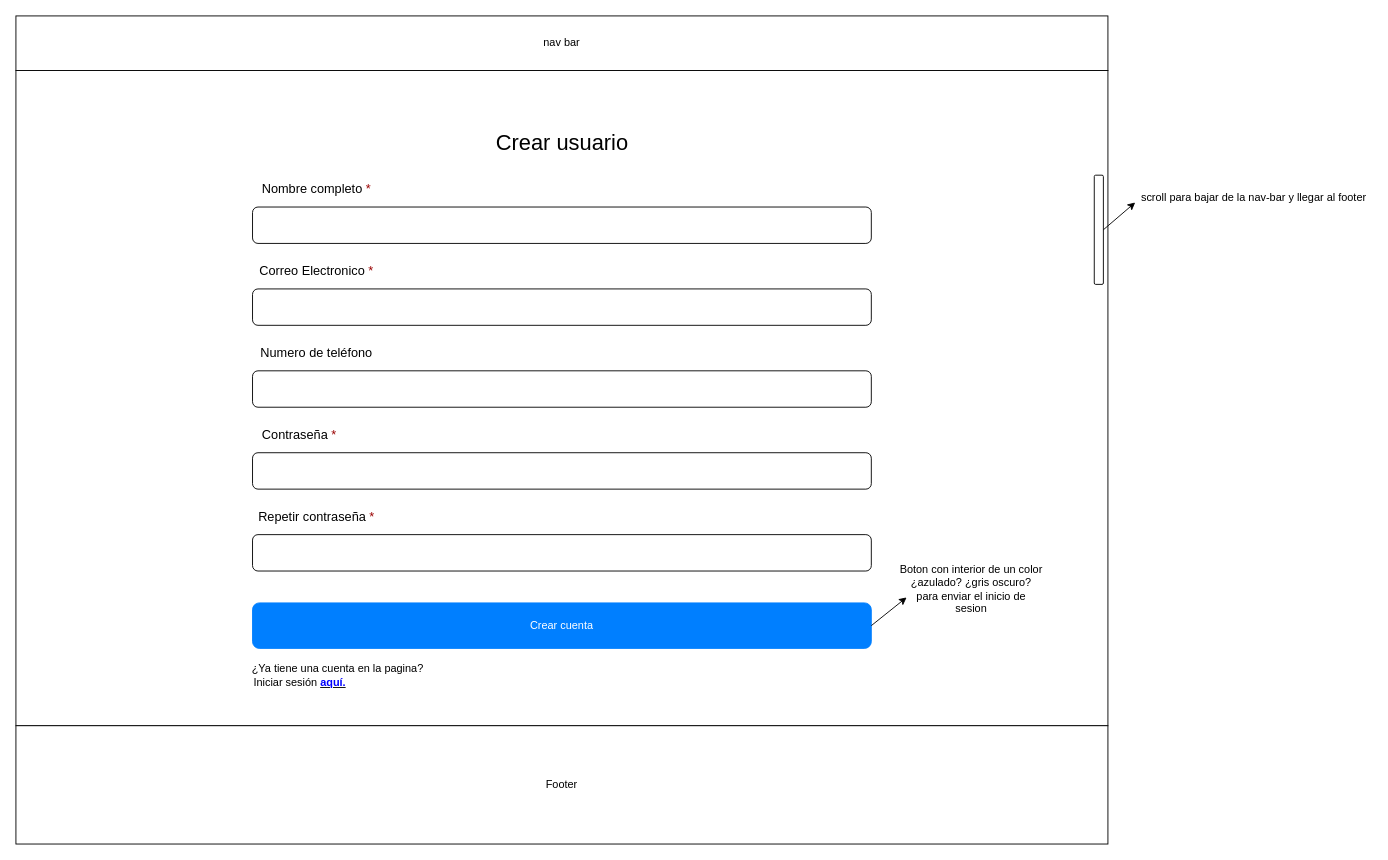
The draw.io diagram page "Page-2" (2 of 3) of Bocetos/Bocetos-de-registro/registro-1200.drawio in Evaristodantur/BierClub, before the edit. Source tidied: cells renumbered, new cells numbered last; positions are measured from the earlier drawing's top-left corner, leaving out a move shared by most shapes. Both pictures are drawn from the tidied source at 91%, with x=0, y=0 at pixel (15, 15).
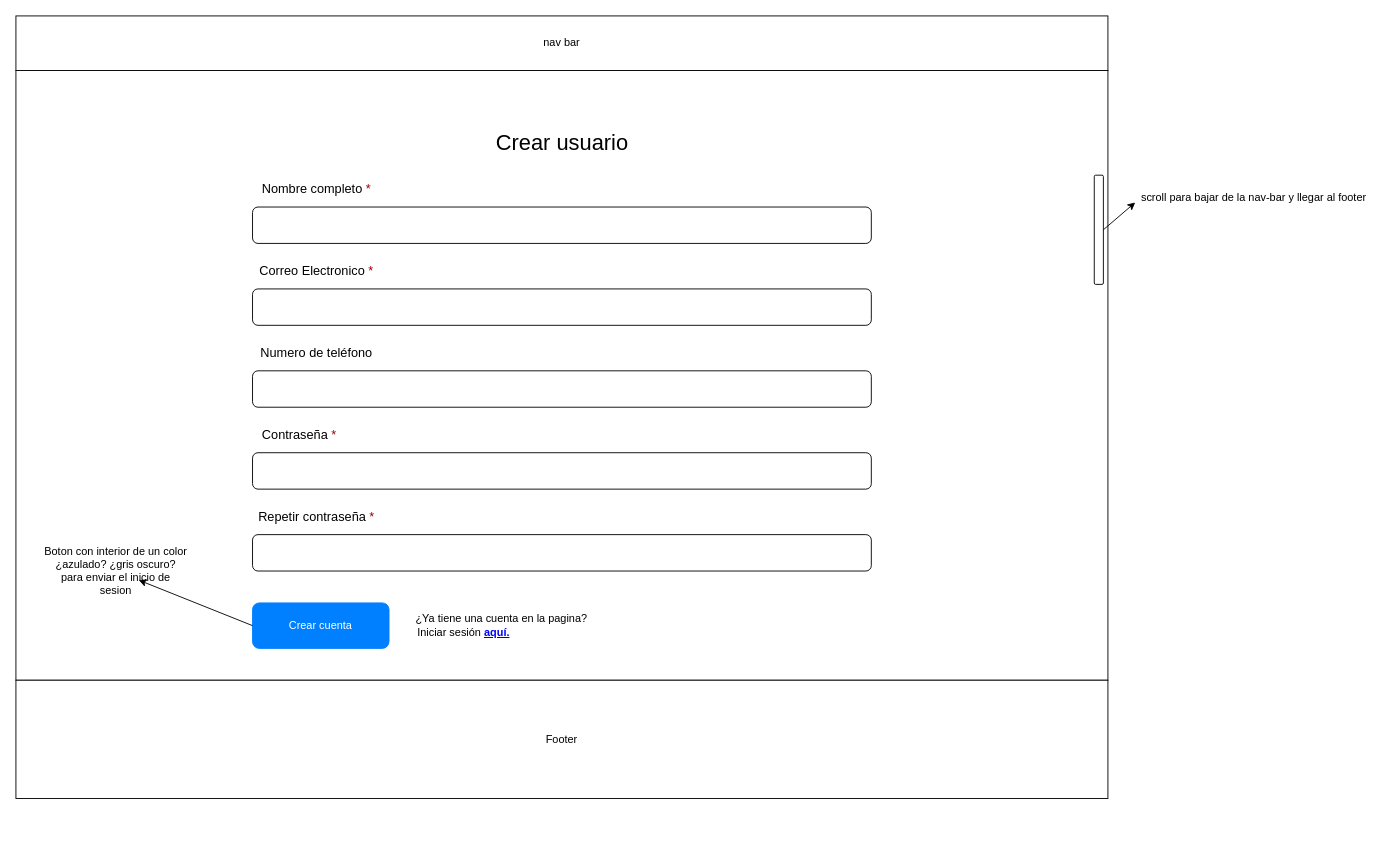
After the change.

Diff of the diagram source:
```diff
@@
     <mxCell id="2" style="rounded=0;whiteSpace=wrap;html=1;" parent="1" vertex="1">
-      <mxGeometry y="60" width="1200" height="720" as="geometry" />
+      <mxGeometry y="60" width="1200" height="670" as="geometry" />
     </mxCell>
@@
     <mxCell id="7" value="¿Ya tiene una cuenta en la pagina?&amp;nbsp;&lt;br&gt;Iniciar sesión &lt;u style=&quot;background-color: rgb(255 , 255 , 255)&quot;&gt;&lt;b&gt;&lt;font color=&quot;#0000ff&quot;&gt;aquí.&lt;/font&gt;&lt;/b&gt;&lt;/u&gt;&amp;nbsp; &amp;nbsp; &amp;nbsp; &amp;nbsp; &amp;nbsp; &amp;nbsp; &amp;nbsp; &amp;nbsp; &amp;nbsp; &amp;nbsp; &amp;nbsp; &amp;nbsp; &amp;nbsp;&amp;nbsp;" style="text;html=1;align=center;verticalAlign=middle;fillColor=none;strokeColor=none;rounded=0;" parent="1" vertex="1">
-      <mxGeometry x="250" y="710" width="210" height="30" as="geometry" />
+      <mxGeometry x="430" y="655" width="210" height="30" as="geometry" />
     </mxCell>
     <mxCell id="8" value="&lt;font color=&quot;#ffffff&quot;&gt;Crear cuenta&lt;/font&gt;" style="rounded=1;whiteSpace=wrap;html=1;fillColor=#007FFF;strokeColor=#007FFF;" parent="1" vertex="1">
-      <mxGeometry x="260" y="645" width="680" height="50" as="geometry" />
+      <mxGeometry x="260" y="645" width="150" height="50" as="geometry" />
     </mxCell>
-    <mxCell id="9" style="endArrow=classic;html=1;exitX=1;exitY=0.5;exitDx=0;exitDy=0;entryX=0.055;entryY=0.95;entryDx=0;entryDy=0;entryPerimeter=0;" parent="1" edge="1" source="8" target="10">
+    <mxCell id="9" style="endArrow=classic;html=1;exitX=0;exitY=0.5;exitDx=0;exitDy=0;" parent="1" edge="1" source="8" target="10">
       <mxGeometry relative="1" as="geometry" />
     </mxCell>
     <mxCell id="10" value="Boton con interior de un color ¿azulado? ¿gris oscuro? para enviar el inicio de sesion" style="text;html=1;strokeColor=none;fillColor=none;align=center;verticalAlign=middle;whiteSpace=wrap;rounded=0;" parent="1" vertex="1">
-      <mxGeometry x="970" y="620" width="160" height="20" as="geometry" />
+      <mxGeometry x="30" y="600" width="160" height="20" as="geometry" />
     </mxCell>
@@
     <mxCell id="17" value="Footer" style="rounded=0;whiteSpace=wrap;html=1;" parent="1" vertex="1">
-      <mxGeometry y="780" width="1200" height="130" as="geometry" />
+      <mxGeometry y="730" width="1200" height="130" as="geometry" />
     </mxCell>
```
